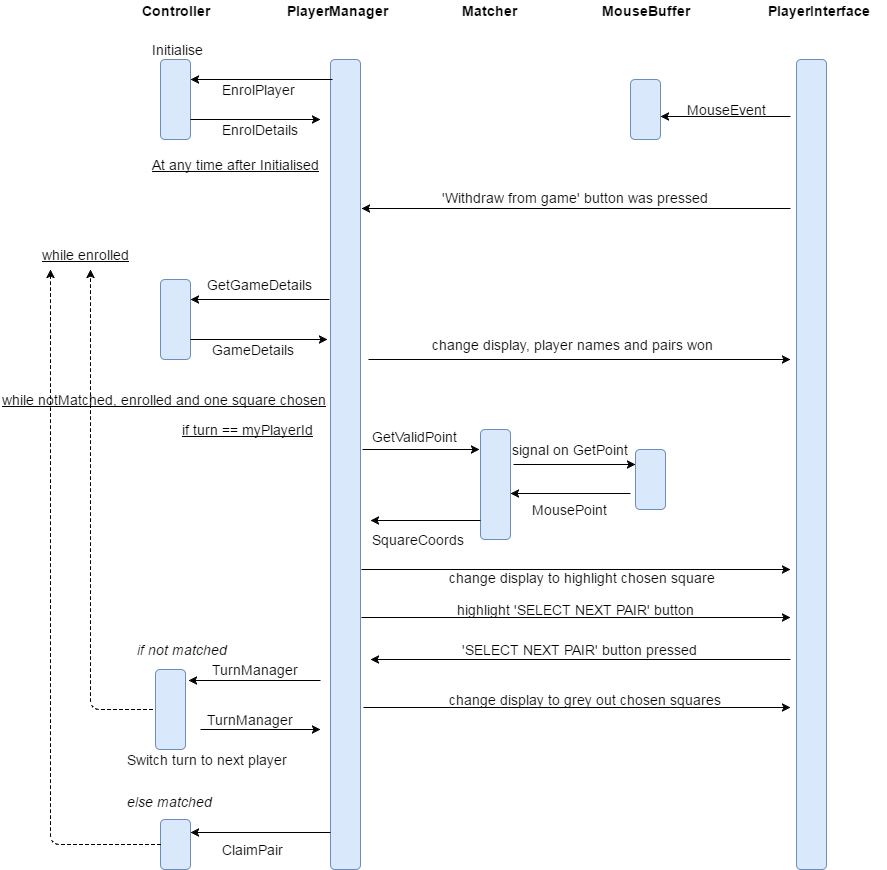
The draw.io diagram Challenge/Interaction Diagram.png in tomkopx/Parallel-Systems, before a commit. Source tidied: cells renumbered, new cells last; positions are measured from the earlier drawing's top-left corner, leaving out a move shared by most shapes. Source of this version:
```xml
<mxGraphModel background="#ffffff">
  <root>
    <mxCell id="0" />
    <mxCell id="1" parent="0" />
    <mxCell id="2" style="whiteSpace=wrap;html=1;fontSize=14;fillColor=#dae8fc;strokeColor=#6c8ebf;rounded=1;" parent="1" vertex="1">
      <mxGeometry x="160" y="59" width="30" height="80" as="geometry" />
    </mxCell>
    <mxCell id="3" value="Initialise" style="text;html=1;align=left;verticalAlign=top;spacingTop=-4;fontSize=14;" parent="1" vertex="1">
      <mxGeometry x="150" y="39" width="70" height="20" as="geometry" />
    </mxCell>
    <mxCell id="4" value="&lt;b&gt;Controller&lt;/b&gt;" style="text;html=1;align=left;verticalAlign=top;spacingTop=-4;fontSize=14;" parent="1" vertex="1">
      <mxGeometry x="140" width="80" height="20" as="geometry" />
    </mxCell>
    <mxCell id="5" style="whiteSpace=wrap;html=1;fontSize=14;fillColor=#dae8fc;strokeColor=#6c8ebf;rounded=1;" parent="1" vertex="1">
      <mxGeometry x="330" y="59" width="30" height="810" as="geometry" />
    </mxCell>
    <mxCell id="6" style="endArrow=classic;html=1;fontSize=14;exitX=1;exitY=0.75;" parent="1" edge="1" source="2">
      <mxGeometry relative="1" as="geometry">
        <mxPoint x="320" y="119" as="targetPoint" />
      </mxGeometry>
    </mxCell>
    <mxCell id="7" value="EnrolDetails" style="text;html=1;align=left;verticalAlign=top;spacingTop=-4;fontSize=14;" parent="1" vertex="1">
      <mxGeometry x="220" y="119" width="90" height="20" as="geometry" />
    </mxCell>
    <mxCell id="8" style="endArrow=classic;html=1;fontSize=14;entryX=1;entryY=0.25;" parent="1" edge="1" target="2">
      <mxGeometry relative="1" as="geometry">
        <mxPoint x="332" y="79" as="sourcePoint" />
      </mxGeometry>
    </mxCell>
    <mxCell id="9" value="EnrolPlayer" style="text;html=1;align=left;verticalAlign=top;spacingTop=-4;fontSize=14;" parent="1" vertex="1">
      <mxGeometry x="220" y="79" width="90" height="20" as="geometry" />
    </mxCell>
    <mxCell id="10" value="&lt;b&gt;PlayerManager&lt;/b&gt;" style="text;html=1;align=left;verticalAlign=top;spacingTop=-4;fontSize=14;" parent="1" vertex="1">
      <mxGeometry x="285" width="120" height="20" as="geometry" />
    </mxCell>
    <mxCell id="11" value="At any time after Initialised" style="text;html=1;align=left;verticalAlign=top;spacingTop=-4;fontSize=14;fontStyle=4;" parent="1" vertex="1">
      <mxGeometry x="150" y="154" width="180" height="20" as="geometry" />
    </mxCell>
    <mxCell id="12" style="whiteSpace=wrap;html=1;fontSize=14;fillColor=#dae8fc;strokeColor=#6c8ebf;rounded=1;" parent="1" vertex="1">
      <mxGeometry x="160" y="279" width="30" height="80" as="geometry" />
    </mxCell>
    <mxCell id="13" style="endArrow=classic;html=1;fontSize=14;exitX=1;exitY=0.75;" parent="1" edge="1" source="12">
      <mxGeometry relative="1" as="geometry">
        <mxPoint x="327" y="339" as="targetPoint" />
      </mxGeometry>
    </mxCell>
    <mxCell id="14" value="GameDetails" style="text;html=1;align=left;verticalAlign=top;spacingTop=-4;fontSize=14;" parent="1" vertex="1">
      <mxGeometry x="210" y="339" width="100" height="20" as="geometry" />
    </mxCell>
    <mxCell id="15" style="endArrow=classic;html=1;fontSize=14;entryX=1;entryY=0.25;" parent="1" edge="1" target="12">
      <mxGeometry relative="1" as="geometry">
        <mxPoint x="329" y="299" as="sourcePoint" />
      </mxGeometry>
    </mxCell>
    <mxCell id="16" value="GetGameDetails" style="text;html=1;align=left;verticalAlign=top;spacingTop=-4;fontSize=14;" parent="1" vertex="1">
      <mxGeometry x="205" y="274" width="120" height="20" as="geometry" />
    </mxCell>
    <mxCell id="17" value="while enrolled" style="text;html=1;align=left;verticalAlign=top;spacingTop=-4;fontSize=14;fontStyle=4;" parent="1" vertex="1">
      <mxGeometry x="40" y="244" width="100" height="20" as="geometry" />
    </mxCell>
    <mxCell id="18" style="whiteSpace=wrap;html=1;fontSize=14;fillColor=#dae8fc;strokeColor=#6c8ebf;rounded=1;" parent="1" vertex="1">
      <mxGeometry x="480" y="429" width="30" height="110" as="geometry" />
    </mxCell>
    <mxCell id="19" value="Matcher" style="text;html=1;align=left;verticalAlign=top;spacingTop=-4;fontSize=14;fontStyle=1;" parent="1" vertex="1">
      <mxGeometry x="460" width="70" height="20" as="geometry" />
    </mxCell>
    <mxCell id="20" style="endArrow=classic;html=1;fontSize=14;" parent="1" edge="1">
      <mxGeometry relative="1" as="geometry">
        <mxPoint x="368" y="359" as="sourcePoint" />
        <mxPoint x="790" y="359" as="targetPoint" />
      </mxGeometry>
    </mxCell>
    <mxCell id="21" value="MouseBuffer" style="text;html=1;align=left;verticalAlign=top;spacingTop=-4;fontSize=14;fontStyle=1;" parent="1" vertex="1">
      <mxGeometry x="600" width="100" height="20" as="geometry" />
    </mxCell>
    <mxCell id="22" style="whiteSpace=wrap;html=1;fontSize=14;fillColor=#dae8fc;strokeColor=#6c8ebf;rounded=1;" parent="1" vertex="1">
      <mxGeometry x="796" y="59" width="30" height="810" as="geometry" />
    </mxCell>
    <mxCell id="23" value="&lt;b&gt;PlayerInterface&lt;/b&gt;" style="text;html=1;align=left;verticalAlign=top;spacingTop=-4;fontSize=14;" parent="1" vertex="1">
      <mxGeometry x="766" width="120" height="20" as="geometry" />
    </mxCell>
    <mxCell id="24" value="change display, player names and pairs won" style="text;html=1;align=left;verticalAlign=top;spacingTop=-4;fontSize=14;" parent="1" vertex="1">
      <mxGeometry x="430" y="334" width="300" height="20" as="geometry" />
    </mxCell>
    <mxCell id="25" style="endArrow=classic;html=1;fontSize=14;" parent="1" edge="1">
      <mxGeometry relative="1" as="geometry">
        <mxPoint x="790" y="208" as="sourcePoint" />
        <mxPoint x="361" y="208" as="targetPoint" />
      </mxGeometry>
    </mxCell>
    <mxCell id="26" value="'Withdraw from game' button was pressed" style="text;html=1;align=left;verticalAlign=top;spacingTop=-4;fontSize=14;" parent="1" vertex="1">
      <mxGeometry x="440" y="187" width="280" height="20" as="geometry" />
    </mxCell>
    <mxCell id="27" style="whiteSpace=wrap;html=1;fontSize=14;fillColor=#dae8fc;strokeColor=#6c8ebf;rounded=1;" parent="1" vertex="1">
      <mxGeometry x="630" y="79" width="30" height="60" as="geometry" />
    </mxCell>
    <mxCell id="28" style="endArrow=classic;html=1;fontSize=14;entryX=1;entryY=0.617;entryPerimeter=0;" parent="1" edge="1" target="27">
      <mxGeometry relative="1" as="geometry">
        <mxPoint x="790" y="116" as="sourcePoint" />
      </mxGeometry>
    </mxCell>
    <mxCell id="29" value="MouseEvent" style="text;html=1;align=left;verticalAlign=top;spacingTop=-4;fontSize=14;" parent="1" vertex="1">
      <mxGeometry x="685" y="99" width="90" height="20" as="geometry" />
    </mxCell>
    <mxCell id="30" value="while notMatched, enrolled and one square chosen" style="text;html=1;align=left;verticalAlign=top;spacingTop=-4;fontSize=14;fontStyle=4;" parent="1" vertex="1">
      <mxGeometry y="389" width="340" height="20" as="geometry" />
    </mxCell>
    <mxCell id="31" style="endArrow=classic;html=1;fontSize=14;" parent="1" edge="1">
      <mxGeometry relative="1" as="geometry">
        <mxPoint x="362" y="449" as="sourcePoint" />
        <mxPoint x="479" y="449" as="targetPoint" />
      </mxGeometry>
    </mxCell>
    <mxCell id="32" value="GetValidPoint" style="text;html=1;align=left;verticalAlign=top;spacingTop=-4;fontSize=14;" parent="1" vertex="1">
      <mxGeometry x="370" y="426" width="100" height="20" as="geometry" />
    </mxCell>
    <mxCell id="33" value="&lt;u&gt;if turn == myPlayerId&lt;/u&gt;" style="text;html=1;align=left;verticalAlign=top;spacingTop=-4;fontSize=14;" parent="1" vertex="1">
      <mxGeometry x="180" y="419" width="150" height="20" as="geometry" />
    </mxCell>
    <mxCell id="34" style="whiteSpace=wrap;html=1;fontSize=14;fillColor=#dae8fc;strokeColor=#6c8ebf;rounded=1;" parent="1" vertex="1">
      <mxGeometry x="635" y="449" width="30" height="60" as="geometry" />
    </mxCell>
    <mxCell id="35" style="endArrow=classic;html=1;fontSize=14;entryX=0;entryY=0.25;" parent="1" edge="1" target="34">
      <mxGeometry relative="1" as="geometry">
        <mxPoint x="513" y="464" as="sourcePoint" />
      </mxGeometry>
    </mxCell>
    <mxCell id="36" value="signal on GetPoint&amp;nbsp;" style="text;html=1;align=left;verticalAlign=top;spacingTop=-4;fontSize=14;" parent="1" vertex="1">
      <mxGeometry x="510" y="439" width="140" height="20" as="geometry" />
    </mxCell>
    <mxCell id="37" style="endArrow=classic;html=1;fontSize=14;entryX=1;entryY=0.582;entryPerimeter=0;" parent="1" edge="1" target="18">
      <mxGeometry relative="1" as="geometry">
        <mxPoint x="630" y="493" as="sourcePoint" />
      </mxGeometry>
    </mxCell>
    <mxCell id="38" value="MousePoint" style="text;html=1;align=left;verticalAlign=top;spacingTop=-4;fontSize=14;" parent="1" vertex="1">
      <mxGeometry x="530" y="499" width="90" height="20" as="geometry" />
    </mxCell>
    <mxCell id="39" style="endArrow=classic;html=1;fontSize=14;exitX=0;exitY=0.827;exitPerimeter=0;" parent="1" edge="1" source="18">
      <mxGeometry relative="1" as="geometry">
        <mxPoint x="370" y="520" as="targetPoint" />
      </mxGeometry>
    </mxCell>
    <mxCell id="40" value="SquareCoords" style="text;html=1;align=left;verticalAlign=top;spacingTop=-4;fontSize=14;" parent="1" vertex="1">
      <mxGeometry x="370" y="529" width="110" height="20" as="geometry" />
    </mxCell>
    <mxCell id="41" style="endArrow=classic;html=1;fontSize=14;" parent="1" edge="1">
      <mxGeometry relative="1" as="geometry">
        <mxPoint x="361" y="569" as="sourcePoint" />
        <mxPoint x="790" y="569" as="targetPoint" />
      </mxGeometry>
    </mxCell>
    <mxCell id="42" value="change display to highlight chosen square" style="text;html=1;align=left;verticalAlign=top;spacingTop=-4;fontSize=14;" parent="1" vertex="1">
      <mxGeometry x="447" y="567" width="280" height="20" as="geometry" />
    </mxCell>
    <mxCell id="43" style="endArrow=classic;html=1;fontSize=14;" parent="1" edge="1">
      <mxGeometry relative="1" as="geometry">
        <mxPoint x="361" y="617" as="sourcePoint" />
        <mxPoint x="790" y="617" as="targetPoint" />
      </mxGeometry>
    </mxCell>
    <mxCell id="44" value="highlight 'SELECT NEXT PAIR' button&amp;nbsp;" style="text;html=1;align=left;verticalAlign=top;spacingTop=-4;fontSize=14;" parent="1" vertex="1">
      <mxGeometry x="455" y="599" width="260" height="20" as="geometry" />
    </mxCell>
    <mxCell id="45" style="endArrow=classic;html=1;fontSize=14;" parent="1" edge="1">
      <mxGeometry relative="1" as="geometry">
        <mxPoint x="790" y="659" as="sourcePoint" />
        <mxPoint x="370" y="659" as="targetPoint" />
      </mxGeometry>
    </mxCell>
    <mxCell id="46" value="'SELECT NEXT PAIR' button pressed" style="text;html=1;align=left;verticalAlign=top;spacingTop=-4;fontSize=14;" parent="1" vertex="1">
      <mxGeometry x="460" y="639" width="250" height="20" as="geometry" />
    </mxCell>
    <mxCell id="47" style="endArrow=classic;html=1;fontSize=14;dashed=1;" parent="1" edge="1">
      <mxGeometry relative="1" as="geometry">
        <mxPoint x="152" y="709" as="sourcePoint" />
        <mxPoint x="90" y="269" as="targetPoint" />
        <Array as="points">
          <mxPoint x="90" y="709" />
        </Array>
      </mxGeometry>
    </mxCell>
    <mxCell id="48" value="if not matched" style="text;html=1;align=left;verticalAlign=top;spacingTop=-4;fontSize=14;fontStyle=2;" parent="1" vertex="1">
      <mxGeometry x="135" y="639" width="110" height="20" as="geometry" />
    </mxCell>
    <mxCell id="49" style="whiteSpace=wrap;html=1;fontSize=14;fillColor=#dae8fc;strokeColor=#6c8ebf;rounded=1;" parent="1" vertex="1">
      <mxGeometry x="155" y="669" width="30" height="80" as="geometry" />
    </mxCell>
    <mxCell id="50" style="endArrow=classic;html=1;fontSize=14;entryX=1.1;entryY=0.138;entryPerimeter=0;" parent="1" edge="1" target="49">
      <mxGeometry relative="1" as="geometry">
        <mxPoint x="320" y="680" as="sourcePoint" />
      </mxGeometry>
    </mxCell>
    <mxCell id="51" value="TurnManager" style="text;html=1;align=left;verticalAlign=top;spacingTop=-4;fontSize=14;" parent="1" vertex="1">
      <mxGeometry x="210" y="659" width="100" height="20" as="geometry" />
    </mxCell>
    <mxCell id="52" style="endArrow=classic;html=1;fontSize=14;" parent="1" edge="1">
      <mxGeometry relative="1" as="geometry">
        <mxPoint x="200" y="729" as="sourcePoint" />
        <mxPoint x="320" y="729" as="targetPoint" />
      </mxGeometry>
    </mxCell>
    <mxCell id="53" value="TurnManager" style="text;html=1;align=left;verticalAlign=top;spacingTop=-4;fontSize=14;" parent="1" vertex="1">
      <mxGeometry x="205" y="709" width="100" height="20" as="geometry" />
    </mxCell>
    <mxCell id="54" value="Switch turn to next player" style="text;html=1;align=left;verticalAlign=top;spacingTop=-4;fontSize=14;" parent="1" vertex="1">
      <mxGeometry x="125" y="749" width="180" height="20" as="geometry" />
    </mxCell>
    <mxCell id="55" style="endArrow=classic;html=1;fontSize=14;exitX=1.1;exitY=0.8;exitPerimeter=0;" parent="1" edge="1" source="5">
      <mxGeometry relative="1" as="geometry">
        <mxPoint x="790" y="707" as="targetPoint" />
      </mxGeometry>
    </mxCell>
    <mxCell id="56" value="change display to grey out chosen squares" style="text;html=1;align=left;verticalAlign=top;spacingTop=-4;fontSize=14;" parent="1" vertex="1">
      <mxGeometry x="447" y="689" width="290" height="20" as="geometry" />
    </mxCell>
    <mxCell id="57" value="&lt;i&gt;else matched&lt;/i&gt;" style="text;html=1;align=left;verticalAlign=top;spacingTop=-4;fontSize=14;" parent="1" vertex="1">
      <mxGeometry x="125" y="791" width="100" height="20" as="geometry" />
    </mxCell>
    <mxCell id="58" style="whiteSpace=wrap;html=1;fontSize=14;fillColor=#dae8fc;strokeColor=#6c8ebf;rounded=1;" parent="1" vertex="1">
      <mxGeometry x="160" y="819" width="30" height="50" as="geometry" />
    </mxCell>
    <mxCell id="59" style="endArrow=classic;html=1;fontSize=14;entryX=1;entryY=0.25;exitX=0;exitY=0.954;exitPerimeter=0;" parent="1" edge="1" source="5" target="58">
      <mxGeometry relative="1" as="geometry" />
    </mxCell>
    <mxCell id="60" value="ClaimPair" style="text;html=1;align=left;verticalAlign=top;spacingTop=-4;fontSize=14;" parent="1" vertex="1">
      <mxGeometry x="220" y="839" width="80" height="20" as="geometry" />
    </mxCell>
    <mxCell id="61" style="endArrow=classic;html=1;fontSize=14;dashed=1;exitX=0;exitY=0.5;" parent="1" edge="1" source="58">
      <mxGeometry relative="1" as="geometry">
        <mxPoint x="50" y="269" as="targetPoint" />
        <Array as="points">
          <mxPoint x="50" y="844" />
        </Array>
      </mxGeometry>
    </mxCell>
  </root>
</mxGraphModel>
```
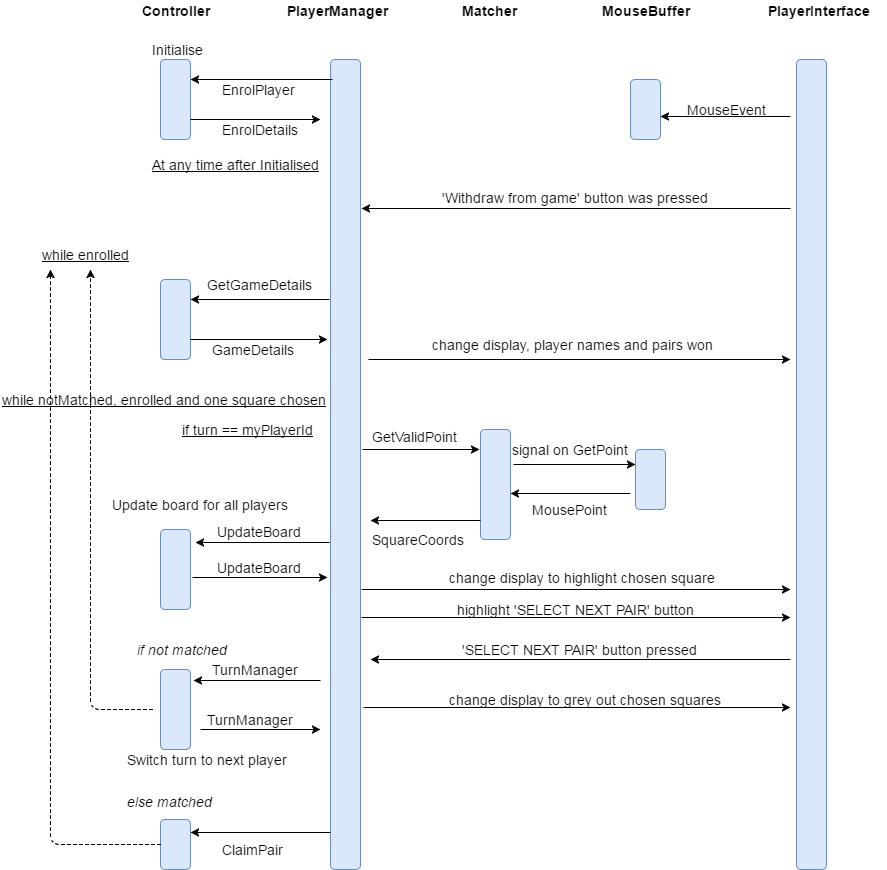
Above is the later version.

Commit message:
Updated version of document with updateboard in it

Change to the diagram source:
```diff
@@ -146,8 +146,8 @@
     </mxCell>
     <mxCell id="41" style="endArrow=classic;html=1;fontSize=14;" parent="1" edge="1">
       <mxGeometry relative="1" as="geometry">
-        <mxPoint x="361" y="569" as="sourcePoint" />
-        <mxPoint x="790" y="569" as="targetPoint" />
+        <mxPoint x="361" y="589" as="sourcePoint" />
+        <mxPoint x="790" y="589" as="targetPoint" />
       </mxGeometry>
     </mxCell>
     <mxCell id="42" value="change display to highlight chosen square" style="text;html=1;align=left;verticalAlign=top;spacingTop=-4;fontSize=14;" parent="1" vertex="1">
@@ -184,7 +184,7 @@
       <mxGeometry x="135" y="639" width="110" height="20" as="geometry" />
     </mxCell>
     <mxCell id="49" style="whiteSpace=wrap;html=1;fontSize=14;fillColor=#dae8fc;strokeColor=#6c8ebf;rounded=1;" parent="1" vertex="1">
-      <mxGeometry x="155" y="669" width="30" height="80" as="geometry" />
+      <mxGeometry x="160" y="669" width="30" height="80" as="geometry" />
     </mxCell>
     <mxCell id="50" style="endArrow=classic;html=1;fontSize=14;entryX=1.1;entryY=0.138;entryPerimeter=0;" parent="1" edge="1" target="49">
       <mxGeometry relative="1" as="geometry">
@@ -234,5 +234,27 @@
         </Array>
       </mxGeometry>
     </mxCell>
+    <mxCell id="62" style="whiteSpace=wrap;html=1;fontSize=14;fillColor=#dae8fc;strokeColor=#6c8ebf;rounded=1;" parent="1" vertex="1">
+      <mxGeometry x="160" y="529" width="30" height="80" as="geometry" />
+    </mxCell>
+    <mxCell id="63" style="endArrow=classic;html=1;fontSize=14;exitX=-0.033;exitY=0.596;exitPerimeter=0;" parent="1" edge="1" source="5">
+      <mxGeometry relative="1" as="geometry">
+        <mxPoint x="195" y="542" as="targetPoint" />
+      </mxGeometry>
+    </mxCell>
+    <mxCell id="64" value="UpdateBoard" style="text;html=1;align=left;verticalAlign=top;spacingTop=-4;fontSize=14;" parent="1" vertex="1">
+      <mxGeometry x="215" y="521" width="100" height="20" as="geometry" />
+    </mxCell>
+    <mxCell id="65" style="endArrow=classic;html=1;fontSize=14;exitX=1.067;exitY=0.6;exitPerimeter=0;" parent="1" edge="1" source="62">
+      <mxGeometry relative="1" as="geometry">
+        <mxPoint x="327" y="577" as="targetPoint" />
+      </mxGeometry>
+    </mxCell>
+    <mxCell id="66" value="UpdateBoard" style="text;html=1;align=left;verticalAlign=top;spacingTop=-4;fontSize=14;" parent="1" vertex="1">
+      <mxGeometry x="215" y="557" width="100" height="20" as="geometry" />
+    </mxCell>
+    <mxCell id="67" value="Update board for all players" style="text;html=1;align=left;verticalAlign=top;spacingTop=-4;fontSize=14;" parent="1" vertex="1">
+      <mxGeometry x="110" y="494" width="190" height="20" as="geometry" />
+    </mxCell>
   </root>
 </mxGraphModel>
```
